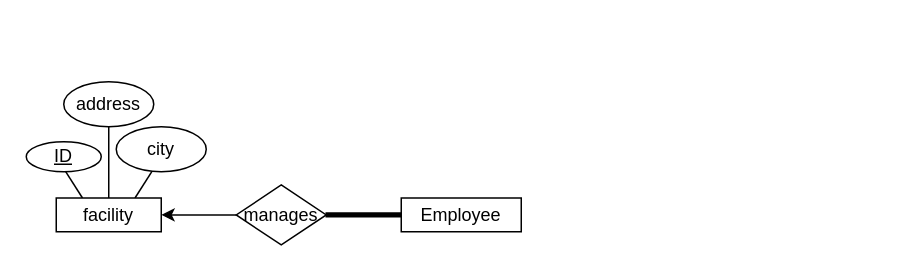
Above: Untitled Diagram.drawio in Ahmed-S7/Assignment_1 (draw.io), before the change. Source tidied: cells renumbered, new cells numbered last; positions are measured from the earlier drawing's top-left corner, leaving out a move shared by most shapes. Both pictures are drawn from the tidied source at 150%, with x=0, y=0 at pixel (26, 36).
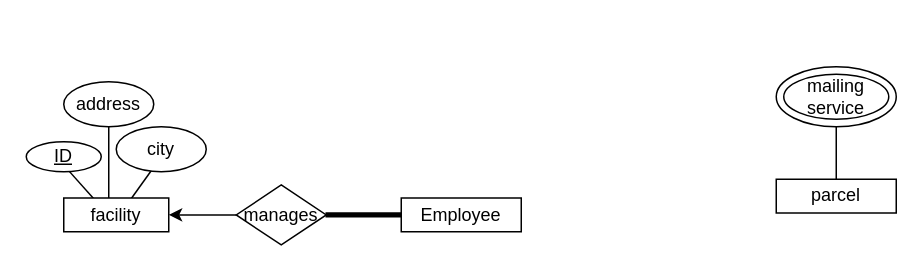
Above is the later version.

The change refers to these unchanged cells:
```xml
<mxCell id="17" value="manages" style="rhombus;whiteSpace=wrap;html=1;" parent="1" vertex="1">
  <mxGeometry x="140" y="98.8" width="60" height="40" as="geometry" />
</mxCell>
```

The edit, as a diff of the source:
```diff
@@
-    <mxCell id="2" style="rounded=0;jettySize=auto;html=1;exitX=0.25;exitY=0;exitDx=0;exitDy=0;elbow=vertical;" parent="1" edge="1" source="6">
+    <mxCell id="2" style="rounded=0;jettySize=auto;html=1;elbow=vertical;exitX=0.286;exitY=0.022;exitDx=0;exitDy=0;exitPerimeter=0;" parent="1" edge="1" source="6">
       <mxGeometry relative="1" as="geometry">
         <mxPoint x="20" y="80" as="targetPoint" />
       </mxGeometry>
     </mxCell>
@@
-    <mxCell id="4" style="edgeStyle=none;rounded=0;jettySize=auto;html=1;exitX=0.5;exitY=0;exitDx=0;exitDy=0;" parent="1" edge="1" source="6">
+    <mxCell id="4" style="edgeStyle=none;rounded=0;jettySize=auto;html=1;exitX=0.429;exitY=0.111;exitDx=0;exitDy=0;exitPerimeter=0;" parent="1" edge="1" source="6">
       <mxGeometry relative="1" as="geometry">
         <mxPoint x="55" y="50" as="targetPoint" />
       </mxGeometry>
     </mxCell>
-    <mxCell id="5" style="edgeStyle=none;rounded=0;jettySize=auto;html=1;exitX=0.75;exitY=0;exitDx=0;exitDy=0;" parent="1" edge="1" source="6">
+    <mxCell id="5" style="edgeStyle=none;rounded=0;jettySize=auto;html=1;exitX=0.635;exitY=0.051;exitDx=0;exitDy=0;exitPerimeter=0;" parent="1" edge="1" source="6">
       <mxGeometry relative="1" as="geometry">
         <mxPoint x="90" y="80" as="targetPoint" />
       </mxGeometry>
     </mxCell>
-    <mxCell id="6" value="facility" style="whiteSpace=wrap;html=1;" parent="1" vertex="1">
-      <mxGeometry x="20" y="107.5" width="70" height="22.5" as="geometry" />
-    </mxCell>
@@
-    <mxCell id="12" style="edgeStyle=none;rounded=0;jettySize=auto;html=1;entryX=1;entryY=0.5;entryDx=0;entryDy=0;" parent="1" edge="1" source="17" target="6">
-      <mxGeometry relative="1" as="geometry" />
-    </mxCell>
@@
+    <mxCell id="12" style="edgeStyle=none;rounded=0;jettySize=auto;html=1;exitX=0;exitY=0.5;exitDx=0;exitDy=0;entryX=1;entryY=0.5;entryDx=0;entryDy=0;" parent="1" edge="1" source="17" target="6">
+      <mxGeometry relative="1" as="geometry" />
+    </mxCell>
@@
+    <mxCell id="6" value="facility" style="whiteSpace=wrap;html=1;" parent="1" vertex="1">
+      <mxGeometry x="25" y="107.5" width="70" height="22.5" as="geometry" />
+    </mxCell>
+    <mxCell id="18" style="edgeStyle=none;rounded=0;jettySize=auto;html=1;" parent="1" edge="1" source="19">
+      <mxGeometry relative="1" as="geometry">
+        <mxPoint x="540" y="50" as="targetPoint" />
+      </mxGeometry>
+    </mxCell>
+    <mxCell id="19" value="parcel" style="whiteSpace=wrap;html=1;" parent="1" vertex="1">
+      <mxGeometry x="500" y="95" width="80" height="22.5" as="geometry" />
+    </mxCell>
+    <mxCell id="20" style="ellipse;whiteSpace=wrap;html=1;" parent="1" vertex="1">
+      <mxGeometry x="500" y="20" width="80" height="40" as="geometry" />
+    </mxCell>
+    <mxCell id="21" value="mailing service" style="ellipse;whiteSpace=wrap;html=1;" parent="1" vertex="1">
+      <mxGeometry x="505" y="25" width="70" height="30" as="geometry" />
+    </mxCell>
```
